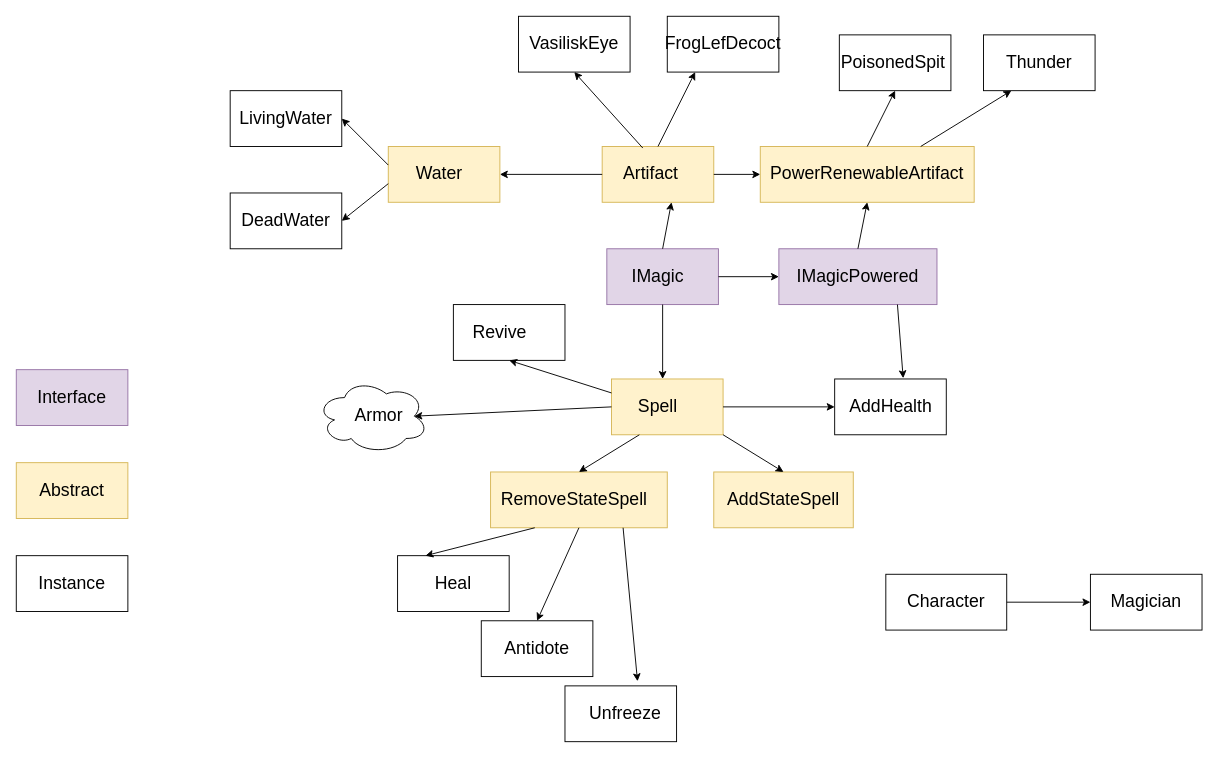
The draw.io diagram ProjectStructure.drawio in In8finityMsA/RoleplayGame, before the edit. Source tidied: cells renumbered, new cells numbered last; positions are measured from the earlier drawing's top-left corner, leaving out a move shared by most shapes. Both pictures are drawn from the tidied source at 93%, with x=0, y=0 at pixel (16, 16).
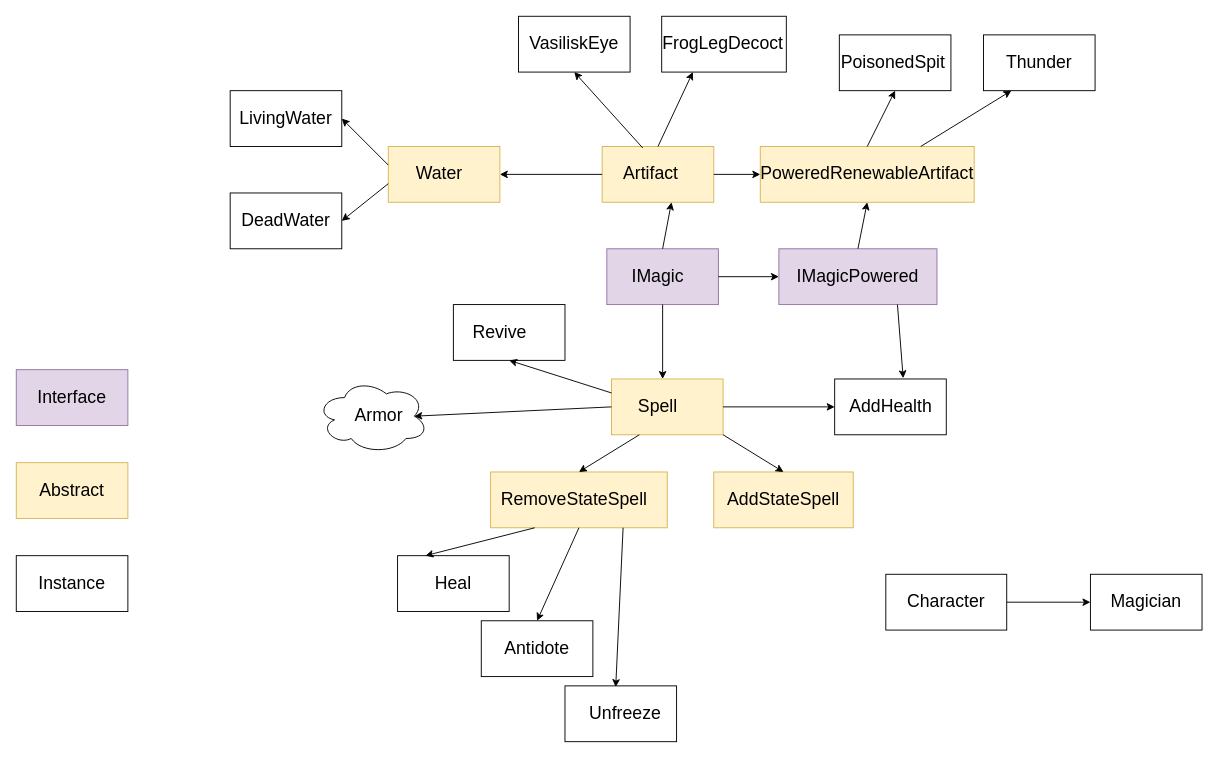
The same page after the edit.

Commit message:
Project structure corrected

Unchanged cells that the change refers to:
```xml
<mxCell id="18" style="rounded=0;whiteSpace=wrap;html=1;fillColor=#fff2cc;strokeColor=#d6b656;" parent="1" vertex="1">
  <mxGeometry x="510" y="490" width="190" height="60" as="geometry" />
</mxCell>
<mxCell id="25" value="Unfreeze" style="text;html=1;strokeColor=none;fillColor=none;align=center;verticalAlign=middle;whiteSpace=wrap;rounded=0;fontSize=19;" parent="1" vertex="1">
  <mxGeometry x="600" y="740" width="110" height="20" as="geometry" />
</mxCell>
```

The edit, as a diff of the source:
```diff
@@
-    <mxCell id="30" style="endArrow=classic;html=1;fontSize=19;exitX=0.75;exitY=1;exitDx=0;exitDy=0;" parent="1" edge="1" source="18">
-      <mxGeometry relative="1" as="geometry">
-        <mxPoint x="668" y="715" as="targetPoint" />
-      </mxGeometry>
+    <mxCell id="30" style="endArrow=classic;html=1;fontSize=19;exitX=0.75;exitY=1;exitDx=0;exitDy=0;entryX=0.405;entryY=-0.937;entryDx=0;entryDy=0;entryPerimeter=0;" parent="1" edge="1" source="18" target="25">
+      <mxGeometry relative="1" as="geometry" />
     </mxCell>
@@
-    <mxCell id="44" value="PowerRenewableArtifact" style="text;html=1;strokeColor=none;fillColor=none;align=center;verticalAlign=middle;whiteSpace=wrap;rounded=0;fontSize=19;" parent="1" vertex="1">
+    <mxCell id="44" value="PoweredRenewableArtifact" style="text;html=1;strokeColor=none;fillColor=none;align=center;verticalAlign=middle;whiteSpace=wrap;rounded=0;fontSize=19;" parent="1" vertex="1">
       <mxGeometry x="895" y="160" width="40" height="20" as="geometry" />
     </mxCell>
@@
     <mxCell id="53" style="rounded=0;whiteSpace=wrap;html=1;" parent="1" vertex="1">
-      <mxGeometry x="700" width="120" height="60" as="geometry" />
+      <mxGeometry x="694" width="134" height="60" as="geometry" />
     </mxCell>
@@
-    <mxCell id="64" value="FrogLefDecoct" style="text;html=1;strokeColor=none;fillColor=none;align=center;verticalAlign=middle;whiteSpace=wrap;rounded=0;fontSize=19;" parent="1" vertex="1">
+    <mxCell id="64" value="FrogLegDecoct" style="text;html=1;strokeColor=none;fillColor=none;align=center;verticalAlign=middle;whiteSpace=wrap;rounded=0;fontSize=19;" parent="1" vertex="1">
       <mxGeometry x="740" y="20" width="40" height="20" as="geometry" />
     </mxCell>
```
